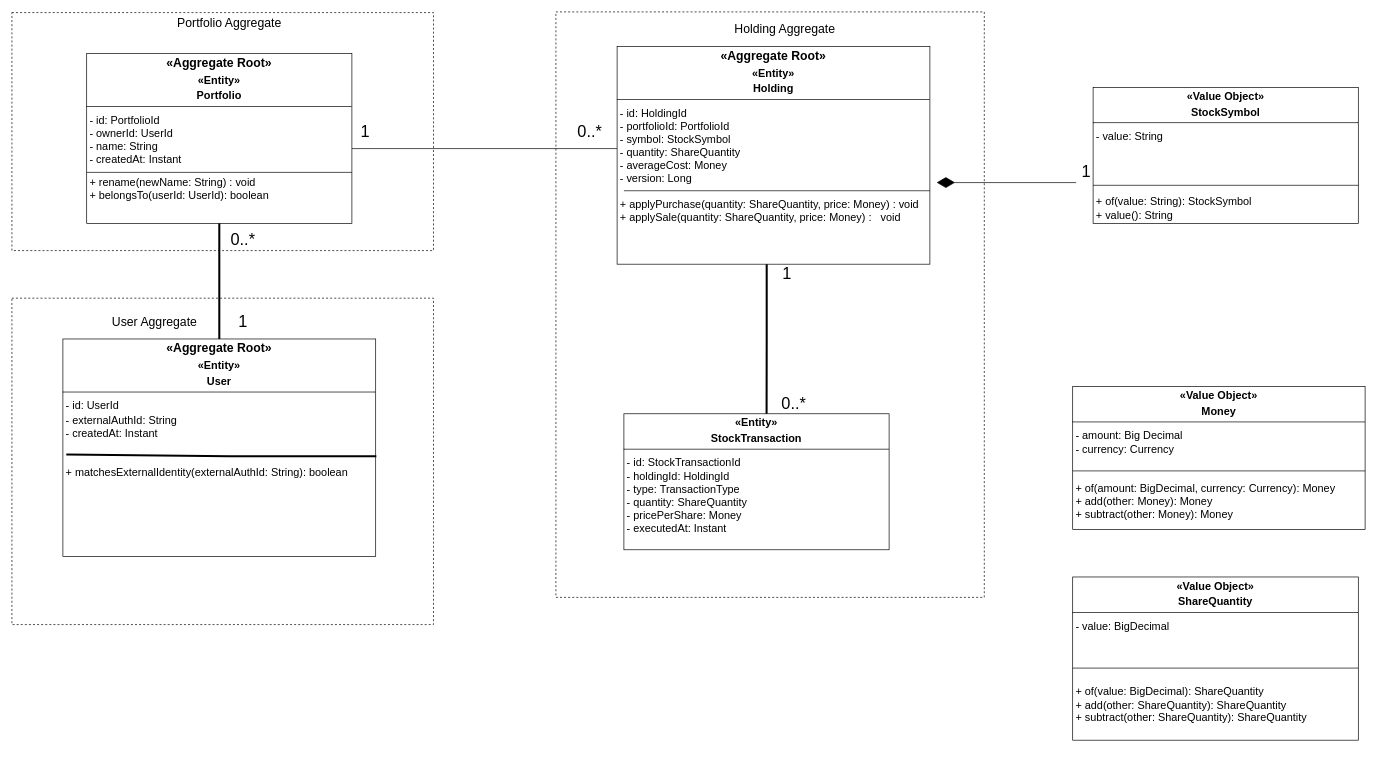
The draw.io diagram docs/architecture/stock-portfolio-domain-model.drawio in Fwbeasley3/stock-portfolio-tracker, before the edit. Source tidied: cells renumbered, new cells numbered last; positions are measured from the earlier drawing's top-left corner, leaving out a move shared by most shapes. Both pictures are drawn from the tidied source at 68%, with x=0, y=0 at pixel (12, 12).
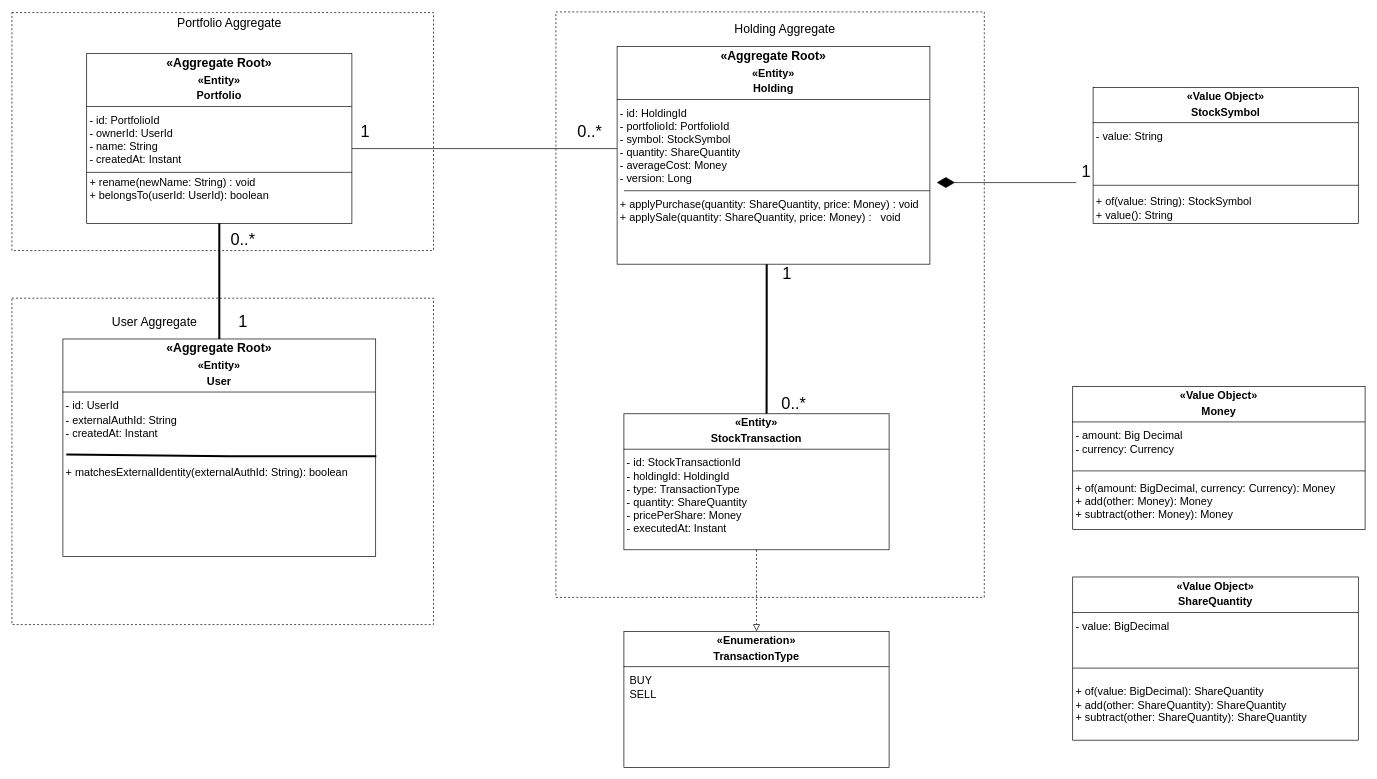
The same page after the edit.

Commit message (it also covers changes not shown here):
feat: create V1_create_initial_schema and begin creating persistence entities

Unchanged cells that the change refers to:
```xml
<mxCell id="8" value="&lt;p style=&quot;margin:0px;margin-top:4px;text-align:center;&quot;&gt;&lt;b style=&quot;background-color: transparent; color: light-dark(#000000, var(--ge-light-color, #ffffff));&quot;&gt;&lt;font size=&quot;3&quot;&gt;«Entity»&lt;/font&gt;&lt;/b&gt;&lt;/p&gt;&lt;p style=&quot;margin:0px;margin-top:4px;text-align:center;&quot;&gt;&lt;font size=&quot;3&quot;&gt;&lt;b&gt;StockTransaction&lt;/b&gt;&lt;/font&gt;&lt;/p&gt;&lt;hr size=&quot;1&quot; style=&quot;border-style:solid;&quot;&gt;&lt;div style=&quot;height:2px;&quot;&gt;&lt;font style=&quot;&quot; size=&quot;3&quot;&gt;&amp;nbsp;&lt;/font&gt;&lt;/div&gt;&lt;div style=&quot;height:2px;&quot;&gt;&lt;font style=&quot;&quot; size=&quot;3&quot;&gt;&lt;br&gt;&lt;/font&gt;&lt;/div&gt;&lt;div style=&quot;height:2px;&quot;&gt;&lt;font size=&quot;3&quot;&gt;&amp;nbsp;- id: StockTransactionId&lt;br&gt;&amp;nbsp;- holdingId: HoldingId&lt;br&gt;&amp;nbsp;- type: TransactionType&lt;br&gt;&amp;nbsp;- quantity: ShareQuantity&lt;br&gt;&amp;nbsp;- pricePerShare: Money&lt;br&gt;&amp;nbsp;- executedAt: Instant&lt;br&gt;&lt;br&gt;&amp;nbsp;&lt;/font&gt;&lt;/div&gt;" style="verticalAlign=top;align=left;overflow=fill;html=1;whiteSpace=wrap;" parent="1" vertex="1">
  <mxGeometry x="900" y="591" width="390" height="200" as="geometry" />
</mxCell>
```

What changed in the source:
```diff
@@
+    <mxCell id="32" value="&lt;p style=&quot;margin:0px;margin-top:4px;text-align:center;&quot;&gt;&lt;b style=&quot;background-color: transparent; color: light-dark(#000000, var(--ge-light-color, #ffffff));&quot;&gt;&lt;font size=&quot;3&quot;&gt;«Enumeration»&lt;/font&gt;&lt;/b&gt;&lt;/p&gt;&lt;p style=&quot;margin:0px;margin-top:4px;text-align:center;&quot;&gt;&lt;font size=&quot;3&quot;&gt;&lt;b&gt;TransactionType&lt;/b&gt;&lt;/font&gt;&lt;/p&gt;&lt;hr size=&quot;1&quot; style=&quot;border-style:solid;&quot;&gt;&lt;div style=&quot;height:2px;&quot;&gt;&lt;font style=&quot;&quot; size=&quot;3&quot;&gt;&amp;nbsp;&lt;/font&gt;&lt;/div&gt;&lt;div style=&quot;height:2px;&quot;&gt;&lt;font style=&quot;&quot; size=&quot;3&quot;&gt;&lt;br&gt;&lt;/font&gt;&lt;/div&gt;&lt;div style=&quot;height:2px;&quot;&gt;&lt;font size=&quot;3&quot;&gt;&amp;nbsp; BUY&lt;br&gt;&amp;nbsp; SELL&lt;/font&gt;&lt;/div&gt;" style="verticalAlign=top;align=left;overflow=fill;html=1;whiteSpace=wrap;" parent="1" vertex="1">
+      <mxGeometry x="900" y="911" width="390" height="200" as="geometry" />
+    </mxCell>
+    <mxCell id="33" style="endArrow=block;startArrow=none;endFill=0;startFill=0;endSize=8;html=1;verticalAlign=bottom;dashed=1;labelBackgroundColor=none;rounded=0;defaultLabelBackgroundColor=page;entryX=0.5;entryY=0;entryDx=0;entryDy=0;exitX=0.5;exitY=1;exitDx=0;exitDy=0;" parent="1" edge="1" source="8" target="32">
+      <mxGeometry relative="1" as="geometry" />
+    </mxCell>
```
